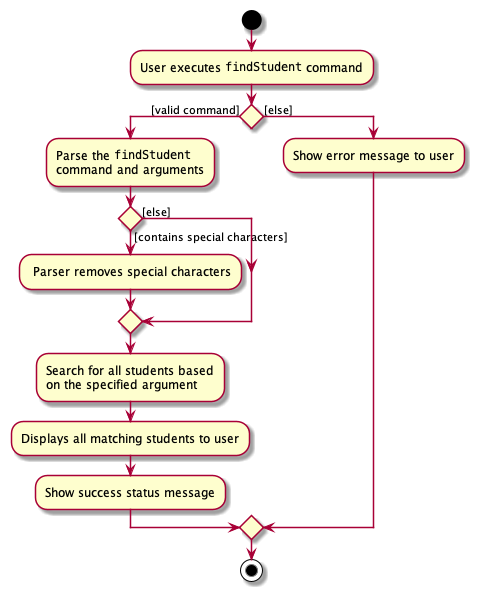
This is docs/images/FindStudentActivityDiagram.png from nus-cs2103-AY2122S1/tp, a PlantUML export, as it was before one commit.
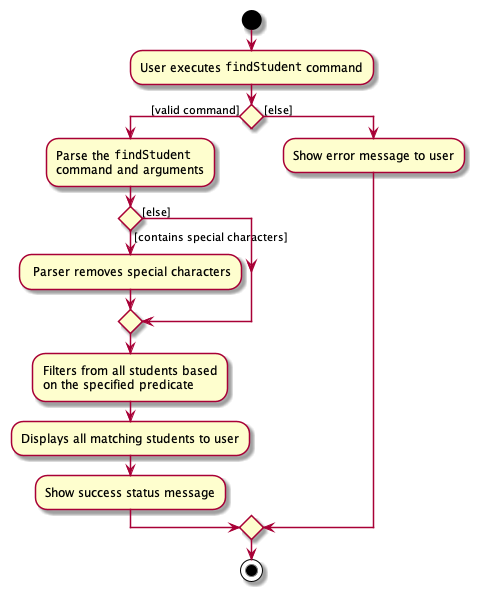
Later version of the same file.

What changed in the source:
```diff
@@ -15,8 +15,8 @@
     else ([else])
     endif
 
-    :Search for all students based
-    on the specified argument;
+    :Filters from all students based
+    on the specified predicate;
 
     :Displays all matching students to user;
 
```
